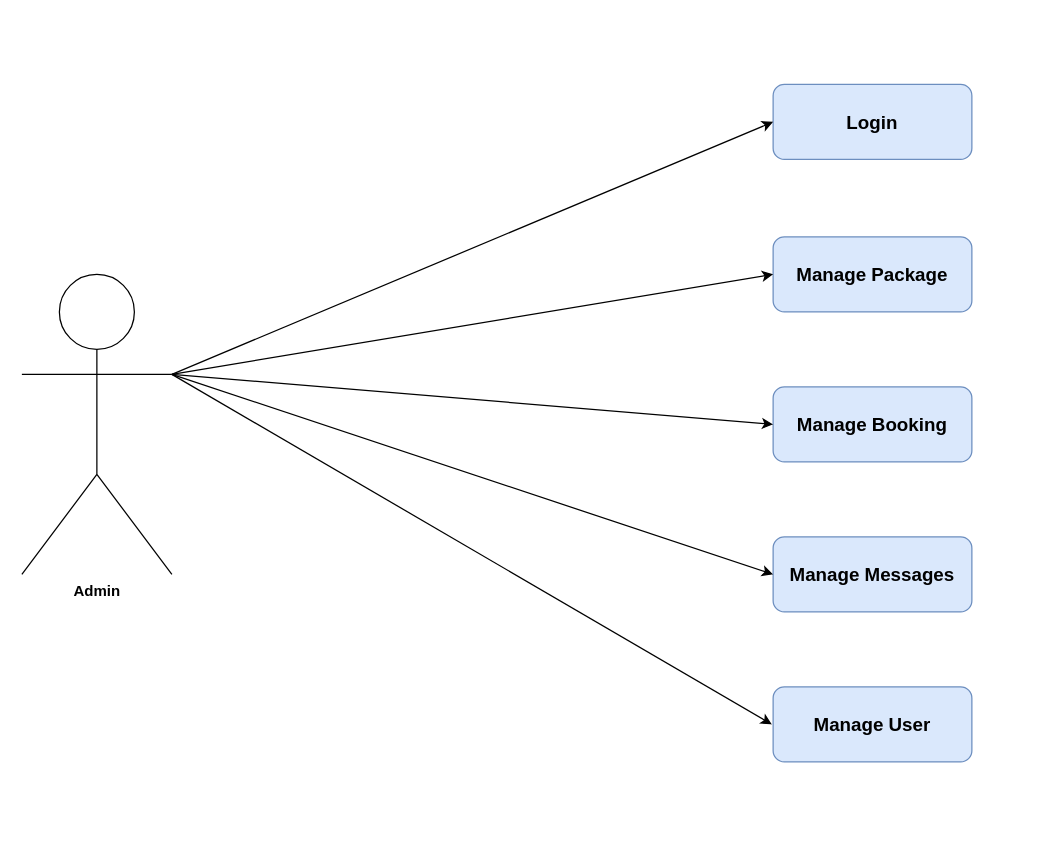
The draw.io diagram diagram/admintestcase.drawio in parmarkalpesh/krishnatourism, before the edit. Source tidied: cells renumbered, new cells numbered last; positions are measured from the earlier drawing's top-left corner, leaving out a move shared by most shapes. Both pictures are drawn from the tidied source at 125%, with x=0, y=0 at pixel (21, 84).
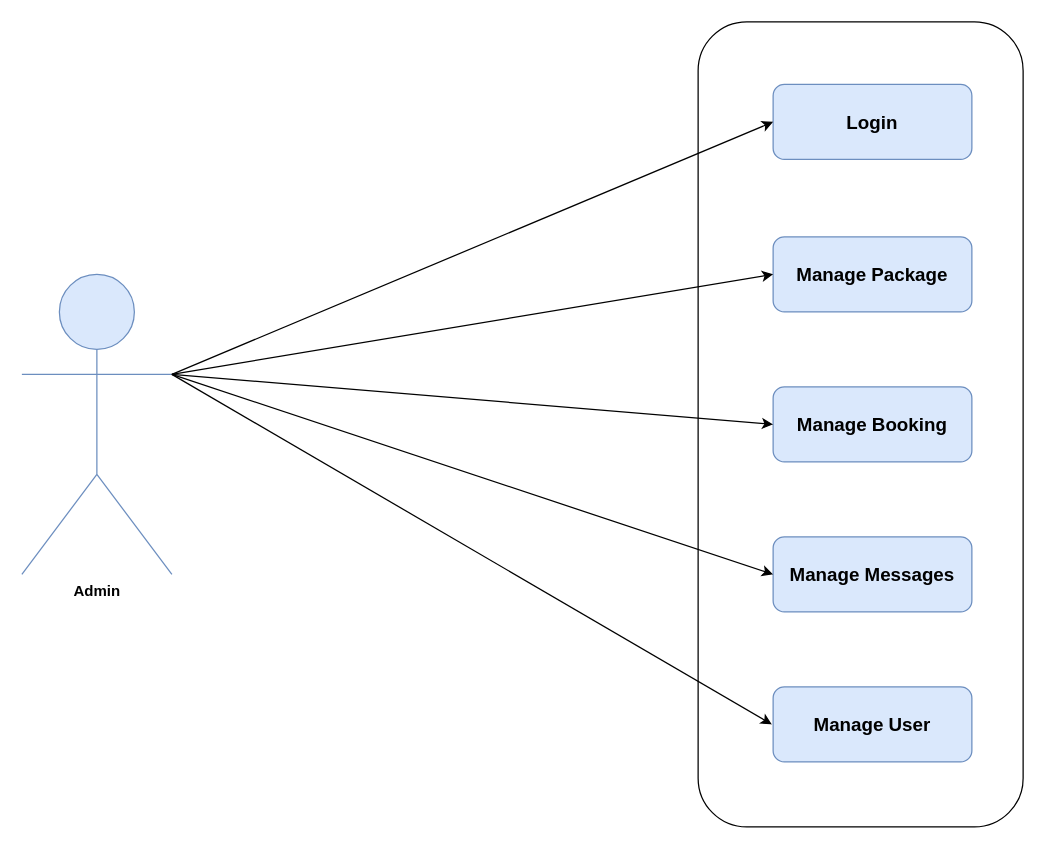
After the change.

Change to the diagram source:
```diff
@@
 <mxGraphModel>
   <root>
     <mxCell id="0" />
     <mxCell id="1" parent="0" />
-    <mxCell id="2" value="&lt;b&gt;Admin&lt;/b&gt;" style="shape=umlActor;html=1;verticalLabelPosition=bottom;verticalAlign=top;align=center;" parent="1" vertex="1">
+    <mxCell id="2" value="&lt;b&gt;Admin&lt;/b&gt;" style="shape=umlActor;html=1;verticalLabelPosition=bottom;verticalAlign=top;align=center;fillColor=#dae8fc;strokeColor=#6c8ebf;" parent="1" vertex="1">
       <mxGeometry y="152" width="120" height="240" as="geometry" />
     </mxCell>
     <mxCell id="3" value="Login" style="rounded=1;whiteSpace=wrap;html=1;fontStyle=1;fontSize=15;fillColor=#dae8fc;strokeColor=#6c8ebf;" parent="1" vertex="1">
       <mxGeometry x="601" width="159" height="60" as="geometry" />
     </mxCell>
     <mxCell id="4" value="Manage Package" style="rounded=1;whiteSpace=wrap;html=1;fontStyle=1;fontSize=15;fillColor=#dae8fc;strokeColor=#6c8ebf;" parent="1" vertex="1">
       <mxGeometry x="601" y="122" width="159" height="60" as="geometry" />
     </mxCell>
     <mxCell id="5" value="Manage Booking" style="rounded=1;whiteSpace=wrap;html=1;fontStyle=1;fontSize=15;fillColor=#dae8fc;strokeColor=#6c8ebf;" parent="1" vertex="1">
       <mxGeometry x="601" y="242" width="159" height="60" as="geometry" />
     </mxCell>
     <mxCell id="6" value="Manage Messages" style="rounded=1;whiteSpace=wrap;html=1;fontStyle=1;fontSize=15;fillColor=#dae8fc;strokeColor=#6c8ebf;" parent="1" vertex="1">
       <mxGeometry x="601" y="362" width="159" height="60" as="geometry" />
     </mxCell>
     <mxCell id="7" value="&lt;b&gt;&lt;font style=&quot;font-size: 15px;&quot;&gt;Manage User&lt;/font&gt;&lt;/b&gt;" style="rounded=1;whiteSpace=wrap;html=1;fillColor=#dae8fc;strokeColor=#6c8ebf;" parent="1" vertex="1">
       <mxGeometry x="601" y="482" width="159" height="60" as="geometry" />
     </mxCell>
     <mxCell id="8" style="endArrow=classic;html=1;rounded=0;exitX=1;exitY=0.3333333333333333;exitDx=0;exitDy=0;exitPerimeter=0;entryX=0;entryY=0.5;entryDx=0;entryDy=0;" parent="1" edge="1" source="2" target="3">
       <mxGeometry relative="1" as="geometry" />
     </mxCell>
     <mxCell id="9" style="endArrow=classic;html=1;rounded=0;exitX=1;exitY=0.3333333333333333;exitDx=0;exitDy=0;exitPerimeter=0;entryX=0;entryY=0.5;entryDx=0;entryDy=0;" parent="1" edge="1" source="2" target="4">
       <mxGeometry relative="1" as="geometry" />
     </mxCell>
     <mxCell id="10" style="endArrow=classic;html=1;rounded=0;exitX=1;exitY=0.3333333333333333;exitDx=0;exitDy=0;exitPerimeter=0;entryX=0;entryY=0.5;entryDx=0;entryDy=0;" parent="1" edge="1" source="2" target="5">
       <mxGeometry relative="1" as="geometry" />
     </mxCell>
     <mxCell id="11" style="endArrow=classic;html=1;rounded=0;exitX=1;exitY=0.3333333333333333;exitDx=0;exitDy=0;exitPerimeter=0;entryX=0;entryY=0.5;entryDx=0;entryDy=0;" parent="1" edge="1" source="2" target="6">
       <mxGeometry relative="1" as="geometry" />
     </mxCell>
     <mxCell id="12" style="endArrow=classic;html=1;rounded=0;exitX=1;exitY=0.3333333333333333;exitDx=0;exitDy=0;exitPerimeter=0;" parent="1" edge="1" source="2">
       <mxGeometry relative="1" as="geometry">
         <mxPoint x="600" y="512" as="targetPoint" />
       </mxGeometry>
     </mxCell>
+    <mxCell id="13" style="rounded=1;whiteSpace=wrap;html=1;dashed=0;fontFamily=Helvetica;fontSize=12;rotation=90;fillColor=none;" parent="1" vertex="1">
+      <mxGeometry x="349" y="142" width="644" height="260" as="geometry" />
+    </mxCell>
   </root>
 </mxGraphModel>
```
